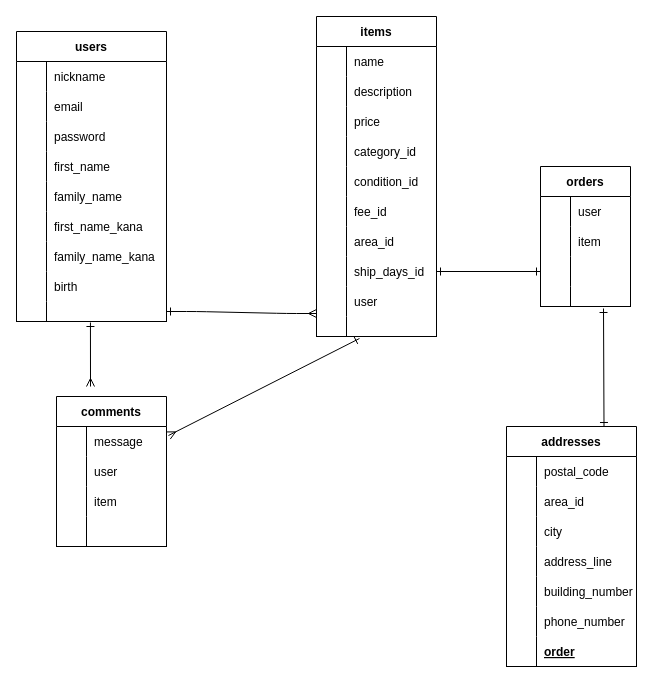
The draw.io diagram furima.dio in 14tk/furima-37381-2, before the edit. Source tidied: cells renumbered, new cells numbered last; positions are measured from the earlier drawing's top-left corner, leaving out a move shared by most shapes. Both pictures are drawn from the tidied source at 100%, with x=0, y=0 at pixel (16, 16).
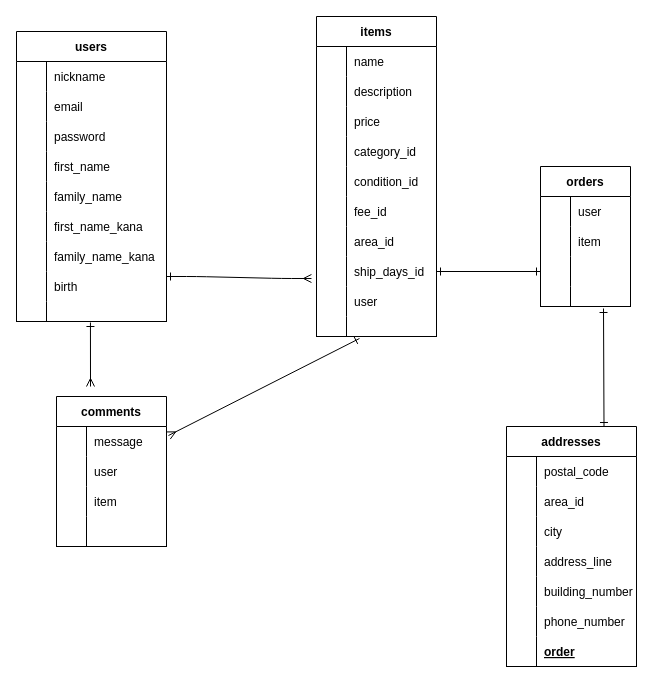
The same diagram, later.

The change refers to these unchanged cells:
```xml
<mxCell id="26" style="shape=partialRectangle;fillColor=none;top=0;left=0;bottom=0;right=0;points=[[0,0.5],[1,0.5]];portConstraint=eastwest;" parent="4" vertex="1">
  <mxGeometry y="240" width="150" height="30" as="geometry" />
</mxCell>
<mxCell id="29" style="shape=partialRectangle;fillColor=none;top=0;left=0;bottom=1;right=0;points=[[0,0.5],[1,0.5]];portConstraint=eastwest;" parent="4" vertex="1">
  <mxGeometry y="270" width="150" height="20" as="geometry" />
</mxCell>
<mxCell id="54" style="shape=partialRectangle;fillColor=none;top=0;left=0;bottom=0;right=0;points=[[0,0.5],[1,0.5]];portConstraint=eastwest;" parent="32" vertex="1">
  <mxGeometry y="240" width="120" height="30" as="geometry" />
</mxCell>
<mxCell id="57" style="shape=partialRectangle;fillColor=none;top=0;left=0;bottom=0;right=0;points=[[0,0.5],[1,0.5]];portConstraint=eastwest;" parent="32" vertex="1">
  <mxGeometry y="270" width="120" height="30" as="geometry" />
</mxCell>
```

The edit, as a diff of the source:
```diff
@@
-    <mxCell id="111" style="edgeStyle=entityRelationEdgeStyle;html=1;exitX=1;exitY=0.5;exitDx=0;exitDy=0;entryX=0;entryY=0.9;entryDx=0;entryDy=0;entryPerimeter=0;startArrow=ERone;startFill=0;endArrow=ERmany;endFill=0;" parent="1" edge="1" source="29" target="57">
+    <mxCell id="111" style="edgeStyle=entityRelationEdgeStyle;html=1;exitX=1;exitY=0.167;exitDx=0;exitDy=0;startArrow=ERone;startFill=0;endArrow=ERmany;endFill=0;exitPerimeter=0;entryX=-0.042;entryY=0.733;entryDx=0;entryDy=0;entryPerimeter=0;" parent="1" edge="1" source="26" target="54">
       <mxGeometry relative="1" as="geometry" />
     </mxCell>
```
